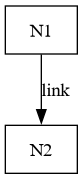
Above: pairing-heap/pairing-heap.png in czrpb/czrpb.github.io (PlantUML), before the change. Its source is kept beside it as pairing-heap/pairing-heap.puml. Its diagram source:
```plantuml
@startuml
digraph PairingHeap {
    node [shape=record];

    N1 -> N2 [label="link"];
}
@enduml
```
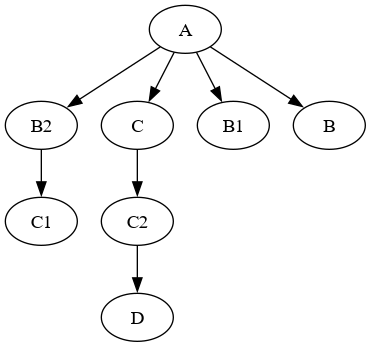
The same diagram one commit later.

Change to the diagram source:
```diff
@@ -1,7 +1,11 @@
 @startuml
-digraph PairingHeap {
-    node [shape=record];
-
-    N1 -> N2 [label="link"];
+digraph G {
+    A -> B2;
+    A -> C;
+    A -> B1;
+    A -> B;
+    B2 -> C1;
+    C -> C2;
+    C2 -> D;
 }
 @enduml
```
